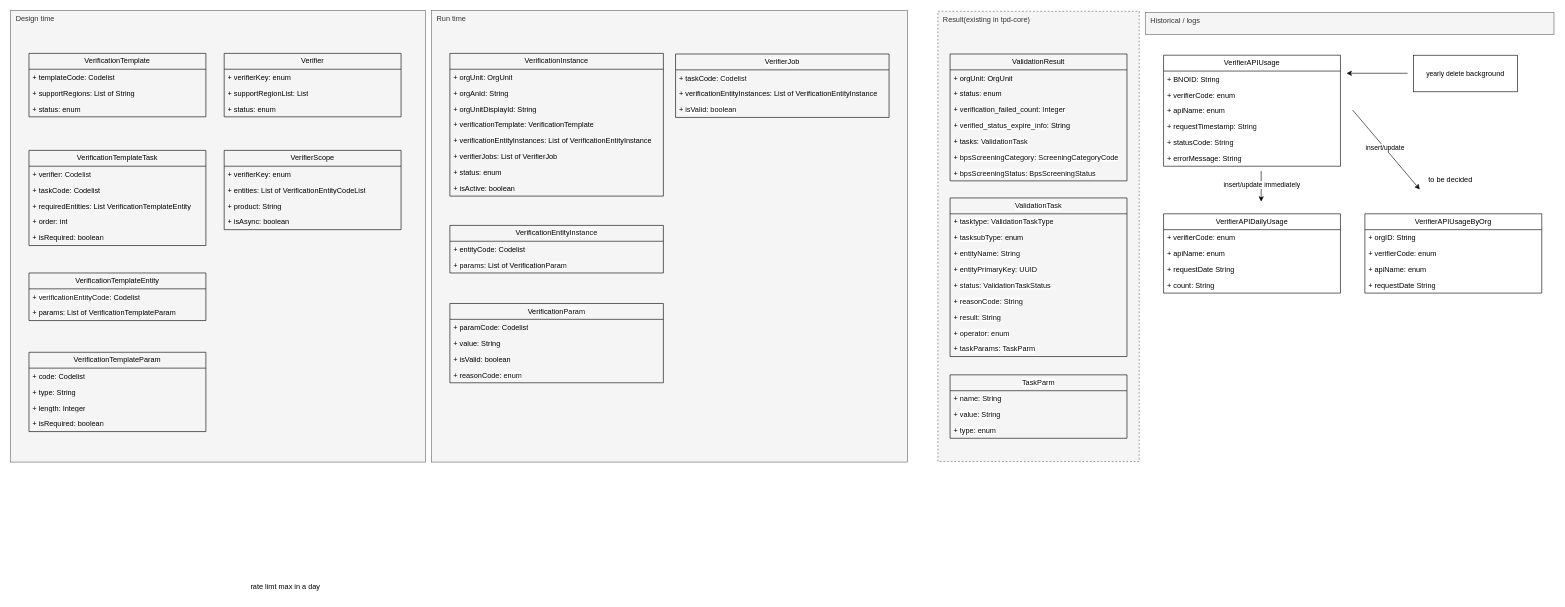
huangshijie/Drawio keeps this draw.io diagram as page "Modeling" (3 of 9) of verification_framework.drawio. Above is the earlier version. Source tidied: cells renumbered, new cells numbered last; positions are measured from the earlier drawing's top-left corner, leaving out a move shared by most shapes. Both pictures are drawn from the tidied source at 61%, with x=0, y=0 at pixel (10, 10).
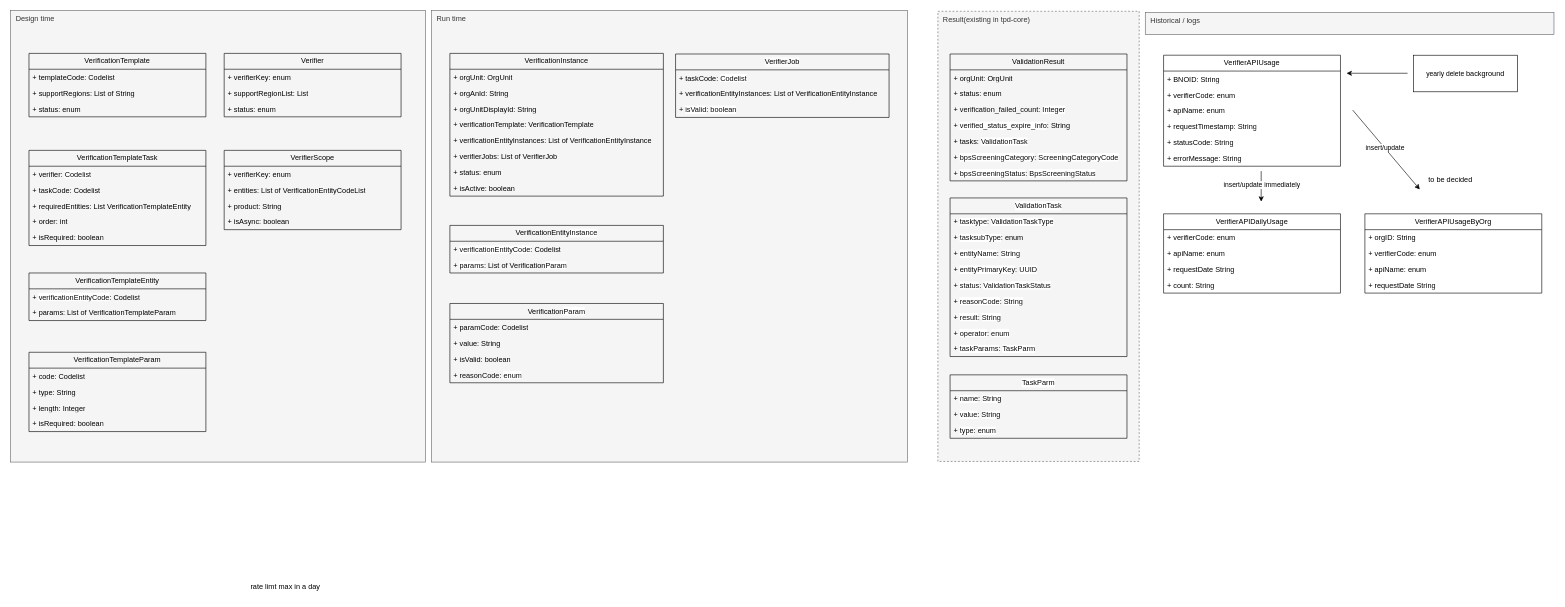
Above is the later version.

The change refers to these unchanged cells:
```xml
<mxCell id="100" value="&lt;span style=&quot;text-align: left; background-color: initial;&quot;&gt;VerificationEntity&lt;/span&gt;&lt;span style=&quot;text-align: left; background-color: rgb(255, 255, 255);&quot;&gt;&lt;font color=&quot;#080808&quot;&gt;Instance&lt;/font&gt;&lt;/span&gt;" style="swimlane;fontStyle=0;horizontal=1;startSize=26;fillColor=none;whiteSpace=wrap;html=1;fontFamily=Helvetica;fontSize=12;" parent="1" vertex="1">
  <mxGeometry x="720" y="352" width="350" height="78" as="geometry" />
</mxCell>
```

The edit, as a diff of the source:
```diff
@@
-    <mxCell id="101" value="+ entityCode: Codelist" style="text;strokeColor=none;fillColor=none;align=left;verticalAlign=top;spacingLeft=4;spacingRight=4;overflow=hidden;whiteSpace=wrap;html=1;fontFamily=Helvetica;fontSize=12;" parent="100" vertex="1">
+    <mxCell id="101" value="+&amp;nbsp;&lt;span style=&quot;background-color: rgb(255, 255, 255); color: rgb(8, 8, 8);&quot;&gt;verificationEntityCode&lt;/span&gt;&lt;span style=&quot;background-color: initial;&quot;&gt;: Codelist&lt;/span&gt;" style="text;strokeColor=none;fillColor=none;align=left;verticalAlign=top;spacingLeft=4;spacingRight=4;overflow=hidden;whiteSpace=wrap;html=1;fontFamily=Helvetica;fontSize=12;" parent="100" vertex="1">
       <mxGeometry y="26" width="350" height="26" as="geometry" />
     </mxCell>
```
